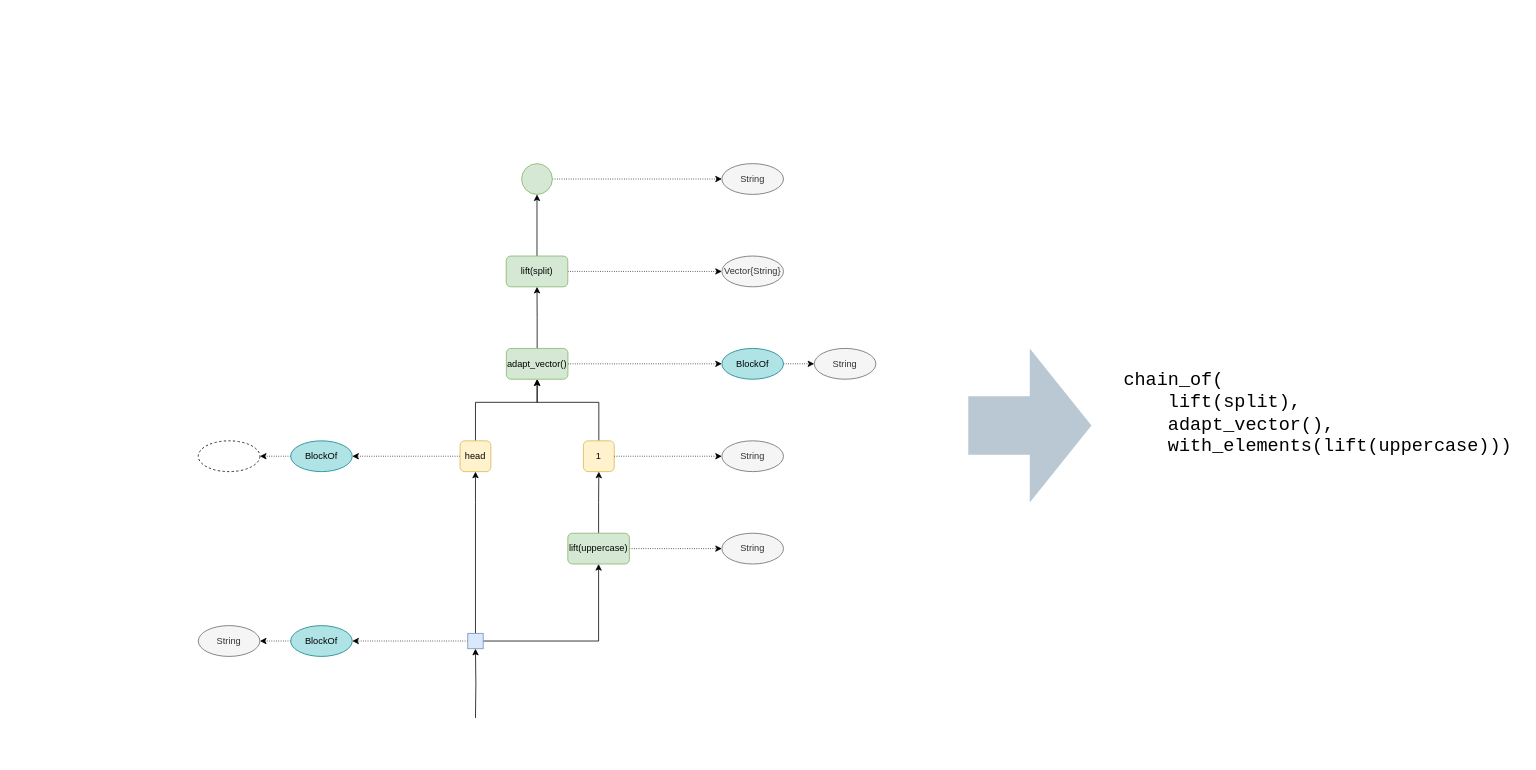
rbt-lang/diagrams keeps this draw.io diagram as page "split(it).uppercase(it)" (5 of 6) of hello-world-split.drawio. Above is the earlier version. Source tidied: cells renumbered, new cells numbered last; positions are measured from the earlier drawing's top-left corner, leaving out a move shared by most shapes. Both pictures are drawn from the tidied source at 77%, with x=0, y=0 at pixel (198, 163).
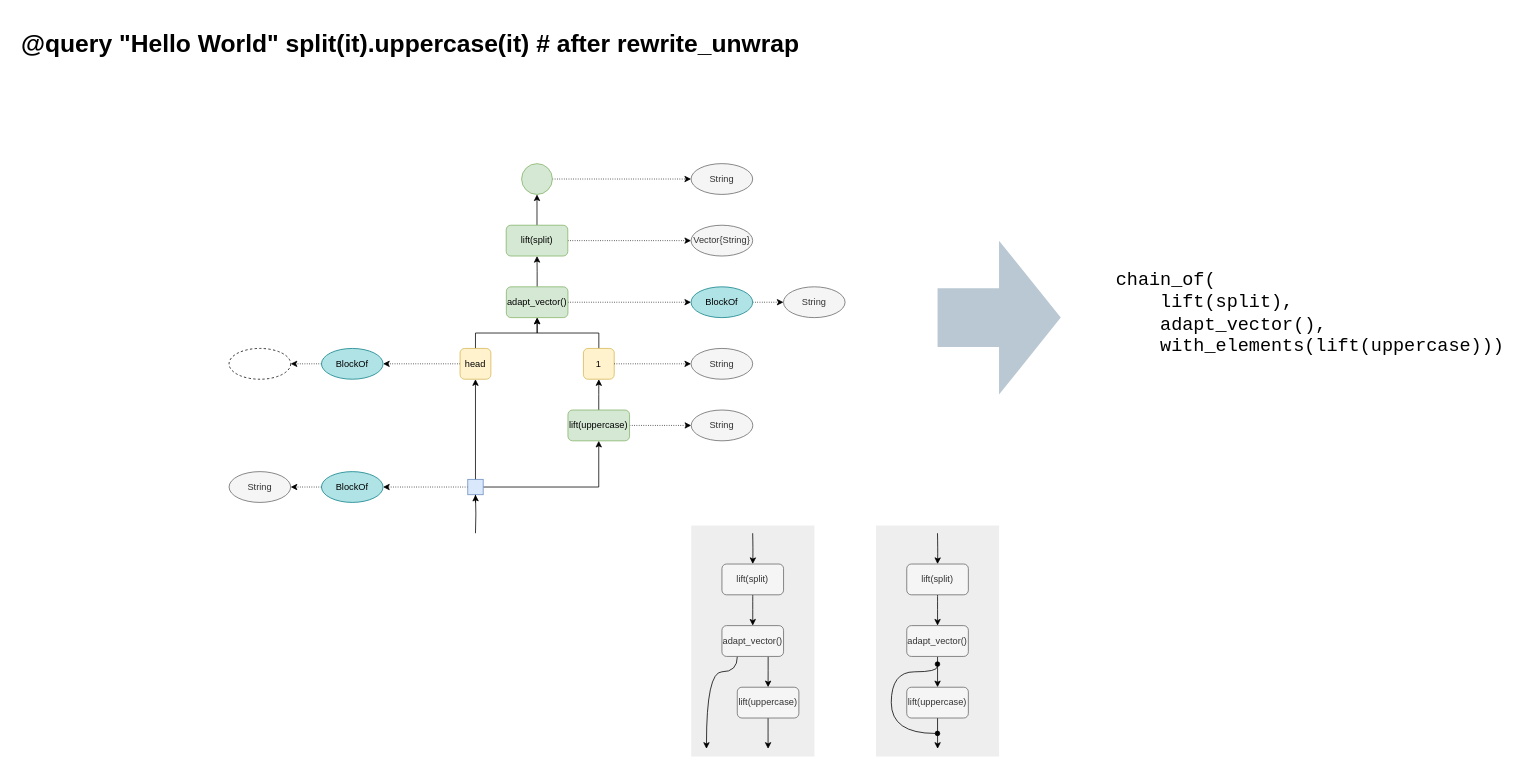
The same diagram, later.

What changed in the source:
```diff
@@
     <mxCell id="4" value="lift(split)" style="rounded=1;whiteSpace=wrap;html=1;fillColor=#d5e8d4;strokeColor=#82b366;" parent="1" vertex="1">
-      <mxGeometry x="399.9" y="120" width="80" height="40" as="geometry" />
+      <mxGeometry x="399.9" y="80" width="80" height="40" as="geometry" />
     </mxCell>
@@
     <mxCell id="7" value="adapt_vector()" style="rounded=1;whiteSpace=wrap;html=1;fillColor=#d5e8d4;strokeColor=#82b366;" parent="1" vertex="1">
-      <mxGeometry x="400.1" y="240" width="80" height="40" as="geometry" />
+      <mxGeometry x="400.1" y="160" width="80" height="40" as="geometry" />
     </mxCell>
@@
     <mxCell id="10" value="lift(uppercase)" style="rounded=1;whiteSpace=wrap;html=1;fillColor=#d5e8d4;strokeColor=#82b366;" parent="1" vertex="1">
-      <mxGeometry x="479.9" y="480" width="80" height="40" as="geometry" />
+      <mxGeometry x="480.1" y="320" width="80" height="40" as="geometry" />
     </mxCell>
@@
     <mxCell id="14" style="rounded=0;whiteSpace=wrap;html=1;fillColor=#dae8fc;strokeColor=#6c8ebf;" parent="1" vertex="1">
-      <mxGeometry x="350" y="610" width="20" height="20" as="geometry" />
+      <mxGeometry x="350" y="410" width="20" height="20" as="geometry" />
     </mxCell>
     <mxCell id="15" style="edgeStyle=orthogonalEdgeStyle;rounded=0;jettySize=auto;html=1;exitX=0.5;exitY=0;exitDx=0;exitDy=0;entryX=0.5;entryY=1;entryDx=0;entryDy=0;" parent="1" edge="1" source="16" target="7">
       <mxGeometry relative="1" as="geometry">
         <Array as="points">
-          <mxPoint x="520" y="310" />
-          <mxPoint x="440" y="310" />
+          <mxPoint x="520" y="220" />
+          <mxPoint x="440" y="220" />
         </Array>
       </mxGeometry>
     </mxCell>
     <mxCell id="16" value="1" style="rounded=1;whiteSpace=wrap;html=1;fillColor=#fff2cc;strokeColor=#d6b656;" parent="1" vertex="1">
-      <mxGeometry x="500.2" y="360" width="40" height="40" as="geometry" />
+      <mxGeometry x="500.2" y="240" width="40" height="40" as="geometry" />
     </mxCell>
     <mxCell id="17" style="edgeStyle=orthogonalEdgeStyle;rounded=0;jettySize=auto;html=1;exitX=0.5;exitY=0;exitDx=0;exitDy=0;entryX=0.5;entryY=1;entryDx=0;entryDy=0;" parent="1" edge="1" source="19" target="7">
       <mxGeometry relative="1" as="geometry">
         <Array as="points">
-          <mxPoint x="360" y="310" />
-          <mxPoint x="440" y="310" />
+          <mxPoint x="360" y="220" />
+          <mxPoint x="440" y="220" />
         </Array>
       </mxGeometry>
     </mxCell>
@@
     <mxCell id="19" value="head" style="rounded=1;whiteSpace=wrap;html=1;fillColor=#fff2cc;strokeColor=#d6b656;" parent="1" vertex="1">
-      <mxGeometry x="340" y="360" width="40" height="40" as="geometry" />
+      <mxGeometry x="340" y="240" width="40" height="40" as="geometry" />
     </mxCell>
@@
     <mxCell id="22" value="String" style="ellipse;whiteSpace=wrap;html=1;fillColor=#f5f5f5;strokeColor=#666666;fontColor=#333333;" parent="1" vertex="1">
-      <mxGeometry x="680" width="80" height="40" as="geometry" />
+      <mxGeometry x="640" width="80" height="40" as="geometry" />
     </mxCell>
     <mxCell id="23" value="Vector{String}" style="ellipse;whiteSpace=wrap;html=1;fillColor=#f5f5f5;strokeColor=#666666;fontColor=#333333;" parent="1" vertex="1">
-      <mxGeometry x="680" y="120" width="80" height="40" as="geometry" />
+      <mxGeometry x="640" y="80" width="80" height="40" as="geometry" />
     </mxCell>
@@
     <mxCell id="25" value="BlockOf" style="ellipse;whiteSpace=wrap;html=1;fillColor=#b0e3e6;strokeColor=#0e8088;" parent="1" vertex="1">
-      <mxGeometry x="680" y="240" width="80" height="40" as="geometry" />
+      <mxGeometry x="640" y="160" width="80" height="40" as="geometry" />
     </mxCell>
     <mxCell id="26" value="String" style="ellipse;whiteSpace=wrap;html=1;fillColor=#f5f5f5;strokeColor=#666666;fontColor=#333333;" parent="1" vertex="1">
-      <mxGeometry x="800" y="240" width="80" height="40" as="geometry" />
+      <mxGeometry x="760" y="160" width="80" height="40" as="geometry" />
     </mxCell>
@@
     <mxCell id="28" value="BlockOf" style="ellipse;whiteSpace=wrap;html=1;fillColor=#b0e3e6;strokeColor=#0e8088;" parent="1" vertex="1">
-      <mxGeometry x="120" y="360" width="80" height="40" as="geometry" />
+      <mxGeometry x="160" y="240" width="80" height="40" as="geometry" />
     </mxCell>
     <mxCell id="29" style="ellipse;whiteSpace=wrap;html=1;dashed=1;" parent="1" vertex="1">
-      <mxGeometry y="360" width="80" height="40" as="geometry" />
+      <mxGeometry x="40" y="240" width="80" height="40" as="geometry" />
     </mxCell>
@@
     <mxCell id="31" value="String" style="ellipse;whiteSpace=wrap;html=1;fillColor=#f5f5f5;strokeColor=#666666;fontColor=#333333;" parent="1" vertex="1">
-      <mxGeometry x="680" y="360" width="80" height="40" as="geometry" />
+      <mxGeometry x="640" y="240" width="80" height="40" as="geometry" />
     </mxCell>
@@
     <mxCell id="33" value="BlockOf" style="ellipse;whiteSpace=wrap;html=1;fillColor=#b0e3e6;strokeColor=#0e8088;" parent="1" vertex="1">
-      <mxGeometry x="120" y="600" width="80" height="40" as="geometry" />
+      <mxGeometry x="160" y="400" width="80" height="40" as="geometry" />
     </mxCell>
     <mxCell id="34" value="String" style="ellipse;whiteSpace=wrap;html=1;fillColor=#f5f5f5;strokeColor=#666666;fontColor=#333333;" parent="1" vertex="1">
-      <mxGeometry y="600" width="80" height="40" as="geometry" />
+      <mxGeometry x="40" y="400" width="80" height="40" as="geometry" />
     </mxCell>
     <mxCell id="35" style="edgeStyle=orthogonalEdgeStyle;rounded=0;jettySize=auto;html=1;entryX=0.5;entryY=1;entryDx=0;entryDy=0;" parent="1" edge="1" target="14">
       <mxGeometry relative="1" as="geometry">
-        <mxPoint x="360" y="720" as="sourcePoint" />
+        <mxPoint x="360" y="480" as="sourcePoint" />
       </mxGeometry>
     </mxCell>
     <mxCell id="36" value="String" style="ellipse;whiteSpace=wrap;html=1;fillColor=#f5f5f5;strokeColor=#666666;fontColor=#333333;" parent="1" vertex="1">
-      <mxGeometry x="680" y="480" width="80" height="40" as="geometry" />
+      <mxGeometry x="640.2" y="320" width="80" height="40" as="geometry" />
     </mxCell>
     <mxCell id="37" style="html=1;shadow=0;dashed=0;align=center;verticalAlign=middle;shape=mxgraph.arrows2.arrow;dy=0.62;dx=80.14;notch=0;fontSize=64;fillColor=#bac8d3;strokeColor=none;" parent="1" vertex="1">
-      <mxGeometry x="1000" y="240" width="160" height="200" as="geometry" />
+      <mxGeometry x="960.1" y="100" width="160" height="200" as="geometry" />
     </mxCell>
     <mxCell id="38" value="&lt;pre style=&quot;font-size: 24px;&quot;&gt;chain_of(&lt;br style=&quot;font-size: 24px;&quot;&gt;    lift(split),&lt;br style=&quot;font-size: 24px;&quot;&gt;    adapt_vector(),&lt;br style=&quot;font-size: 24px;&quot;&gt;    with_elements(lift(uppercase)))&lt;/pre&gt;" style="text;html=1;align=left;verticalAlign=middle;fontSize=24;" parent="1" vertex="1">
-      <mxGeometry x="1200" y="240" width="520" height="170" as="geometry" />
+      <mxGeometry x="1190" y="110" width="520" height="170" as="geometry" />
     </mxCell>
+    <mxCell id="39" style="rounded=0;whiteSpace=wrap;html=1;fontSize=16;align=center;fillColor=#eeeeee;strokeColor=none;" parent="1" vertex="1">
+      <mxGeometry x="640.2" y="470" width="160" height="300" as="geometry" />
+    </mxCell>
+    <mxCell id="40" style="edgeStyle=orthogonalEdgeStyle;rounded=0;jettySize=auto;html=1;fontSize=12;entryX=0.5;entryY=0;entryDx=0;entryDy=0;curved=1;" parent="1" edge="1" target="42">
+      <mxGeometry relative="1" as="geometry">
+        <mxPoint x="720" y="480" as="sourcePoint" />
+      </mxGeometry>
+    </mxCell>
+    <mxCell id="41" style="edgeStyle=orthogonalEdgeStyle;curved=1;rounded=0;jettySize=auto;html=1;entryX=0.5;entryY=0;entryDx=0;entryDy=0;fontSize=12;" parent="1" edge="1" source="42" target="45">
+      <mxGeometry relative="1" as="geometry" />
+    </mxCell>
+    <mxCell id="42" value="lift(split)" style="rounded=1;whiteSpace=wrap;html=1;fontSize=12;align=center;fillColor=#f5f5f5;strokeColor=#666666;fontColor=#333333;verticalAlign=middle;" parent="1" vertex="1">
+      <mxGeometry x="680.1" y="520" width="80" height="40" as="geometry" />
+    </mxCell>
+    <mxCell id="43" style="edgeStyle=orthogonalEdgeStyle;curved=1;rounded=0;jettySize=auto;html=1;exitX=0.25;exitY=1;exitDx=0;exitDy=0;fontSize=12;" parent="1" edge="1" source="45">
+      <mxGeometry relative="1" as="geometry">
+        <mxPoint x="660" y="760" as="targetPoint" />
+        <Array as="points">
+          <mxPoint x="700" y="660" />
+          <mxPoint x="660" y="660" />
+        </Array>
+      </mxGeometry>
+    </mxCell>
+    <mxCell id="44" style="edgeStyle=orthogonalEdgeStyle;curved=1;rounded=0;jettySize=auto;html=1;exitX=0.75;exitY=1;exitDx=0;exitDy=0;fontSize=12;entryX=0.5;entryY=0;entryDx=0;entryDy=0;" parent="1" edge="1" source="45" target="47">
+      <mxGeometry relative="1" as="geometry" />
+    </mxCell>
+    <mxCell id="45" value="adapt_vector()" style="rounded=1;whiteSpace=wrap;html=1;fontSize=12;align=center;fillColor=#f5f5f5;strokeColor=#666666;fontColor=#333333;verticalAlign=middle;" parent="1" vertex="1">
+      <mxGeometry x="680.1" y="600" width="80" height="40" as="geometry" />
+    </mxCell>
+    <mxCell id="46" style="edgeStyle=orthogonalEdgeStyle;curved=1;rounded=0;jettySize=auto;html=1;exitX=0.5;exitY=1;exitDx=0;exitDy=0;fontSize=16;" parent="1" edge="1" source="47">
+      <mxGeometry relative="1" as="geometry">
+        <mxPoint x="740" y="760" as="targetPoint" />
+      </mxGeometry>
+    </mxCell>
+    <mxCell id="47" value="lift(uppercase)" style="rounded=1;whiteSpace=wrap;html=1;fontSize=12;align=center;fillColor=#f5f5f5;strokeColor=#666666;fontColor=#333333;verticalAlign=middle;" parent="1" vertex="1">
+      <mxGeometry x="700" y="680" width="80" height="40" as="geometry" />
+    </mxCell>
+    <mxCell id="48" value="&lt;h1&gt;@query &quot;Hello World&quot; split(it).uppercase(it) # after rewrite_unwrap&lt;br&gt;&lt;/h1&gt;" style="text;html=1;align=center;verticalAlign=middle;fontSize=16;" parent="1" vertex="1">
+      <mxGeometry x="-240" y="-190" width="1030" height="70" as="geometry" />
+    </mxCell>
+    <mxCell id="49" style="rounded=0;whiteSpace=wrap;html=1;fontSize=16;align=center;fillColor=#eeeeee;strokeColor=none;" parent="1" vertex="1">
+      <mxGeometry x="880.1" y="470" width="160" height="300" as="geometry" />
+    </mxCell>
+    <mxCell id="50" style="edgeStyle=orthogonalEdgeStyle;rounded=0;jettySize=auto;html=1;fontSize=12;entryX=0.5;entryY=0;entryDx=0;entryDy=0;curved=1;" parent="1" edge="1" target="52">
+      <mxGeometry relative="1" as="geometry">
+        <mxPoint x="960" y="480" as="sourcePoint" />
+      </mxGeometry>
+    </mxCell>
+    <mxCell id="51" style="edgeStyle=orthogonalEdgeStyle;curved=1;rounded=0;jettySize=auto;html=1;entryX=0.5;entryY=0;entryDx=0;entryDy=0;fontSize=12;" parent="1" edge="1" source="52" target="55">
+      <mxGeometry relative="1" as="geometry" />
+    </mxCell>
+    <mxCell id="52" value="lift(split)" style="rounded=1;whiteSpace=wrap;html=1;fontSize=12;align=center;fillColor=#f5f5f5;strokeColor=#666666;fontColor=#333333;verticalAlign=middle;" parent="1" vertex="1">
+      <mxGeometry x="920.1" y="520" width="80" height="40" as="geometry" />
+    </mxCell>
+    <mxCell id="53" style="edgeStyle=orthogonalEdgeStyle;curved=1;rounded=0;orthogonalLoop=1;jettySize=auto;html=1;fontSize=12;startArrow=oval;startFill=1;endArrow=oval;endFill=1;" parent="1" edge="1">
+      <mxGeometry relative="1" as="geometry">
+        <mxPoint x="960" y="650" as="sourcePoint" />
+        <mxPoint x="960" y="740" as="targetPoint" />
+        <Array as="points">
+          <mxPoint x="960" y="660" />
+          <mxPoint x="900" y="660" />
+          <mxPoint x="900" y="740" />
+        </Array>
+      </mxGeometry>
+    </mxCell>
+    <mxCell id="54" style="edgeStyle=orthogonalEdgeStyle;curved=1;rounded=0;jettySize=auto;html=1;exitX=0.5;exitY=1;exitDx=0;exitDy=0;fontSize=12;entryX=0.5;entryY=0;entryDx=0;entryDy=0;" parent="1" edge="1" source="55" target="57">
+      <mxGeometry relative="1" as="geometry" />
+    </mxCell>
+    <mxCell id="55" value="adapt_vector()" style="rounded=1;whiteSpace=wrap;html=1;fontSize=12;align=center;fillColor=#f5f5f5;strokeColor=#666666;fontColor=#333333;verticalAlign=middle;" parent="1" vertex="1">
+      <mxGeometry x="920.1" y="600" width="80" height="40" as="geometry" />
+    </mxCell>
+    <mxCell id="56" style="edgeStyle=orthogonalEdgeStyle;curved=1;rounded=0;jettySize=auto;html=1;exitX=0.5;exitY=1;exitDx=0;exitDy=0;fontSize=16;" parent="1" edge="1" source="57">
+      <mxGeometry relative="1" as="geometry">
+        <mxPoint x="960.2" y="760" as="targetPoint" />
+      </mxGeometry>
+    </mxCell>
+    <mxCell id="57" value="lift(uppercase)" style="rounded=1;whiteSpace=wrap;html=1;fontSize=12;align=center;fillColor=#f5f5f5;strokeColor=#666666;fontColor=#333333;verticalAlign=middle;" parent="1" vertex="1">
+      <mxGeometry x="920.1" y="680" width="80" height="40" as="geometry" />
+    </mxCell>
```
